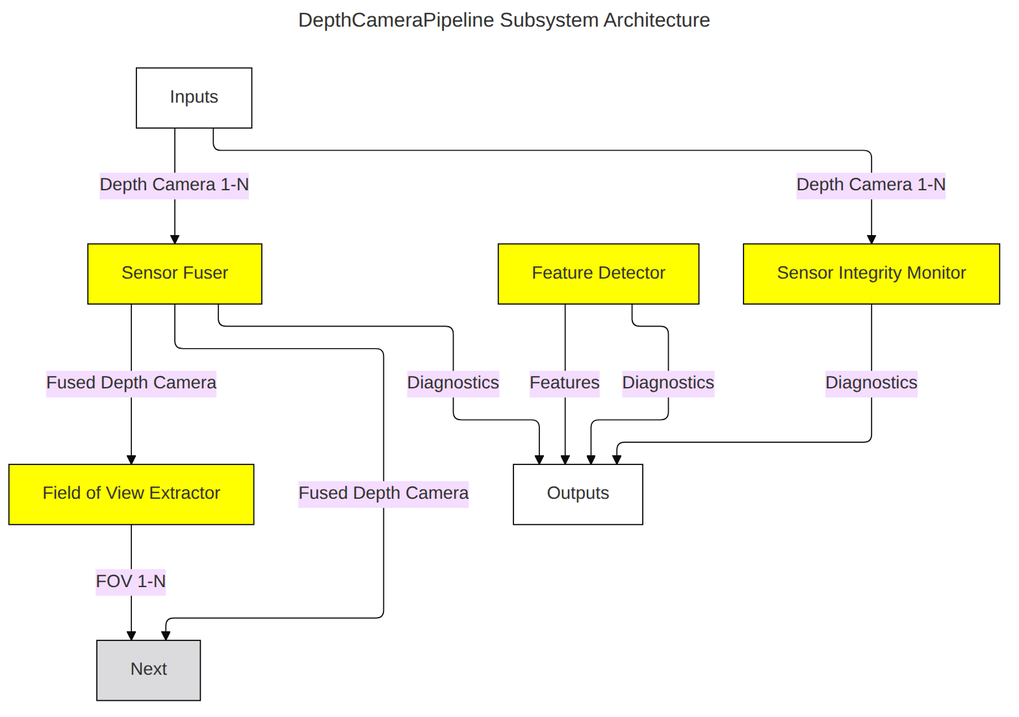
fastrobotics/robot_framework keeps this Mermaid diagram as Systems/Perception/Subsystems/DepthCameraPipeline/doc/mermaid/DepthCameraPipelineSubsystemArchitecture.png. Above is the earlier version. Its source is kept beside it as Systems/Perception/Subsystems/DepthCameraPipeline/doc/mermaid/DepthCameraPipelineSubsystemArchitecture.mmd.
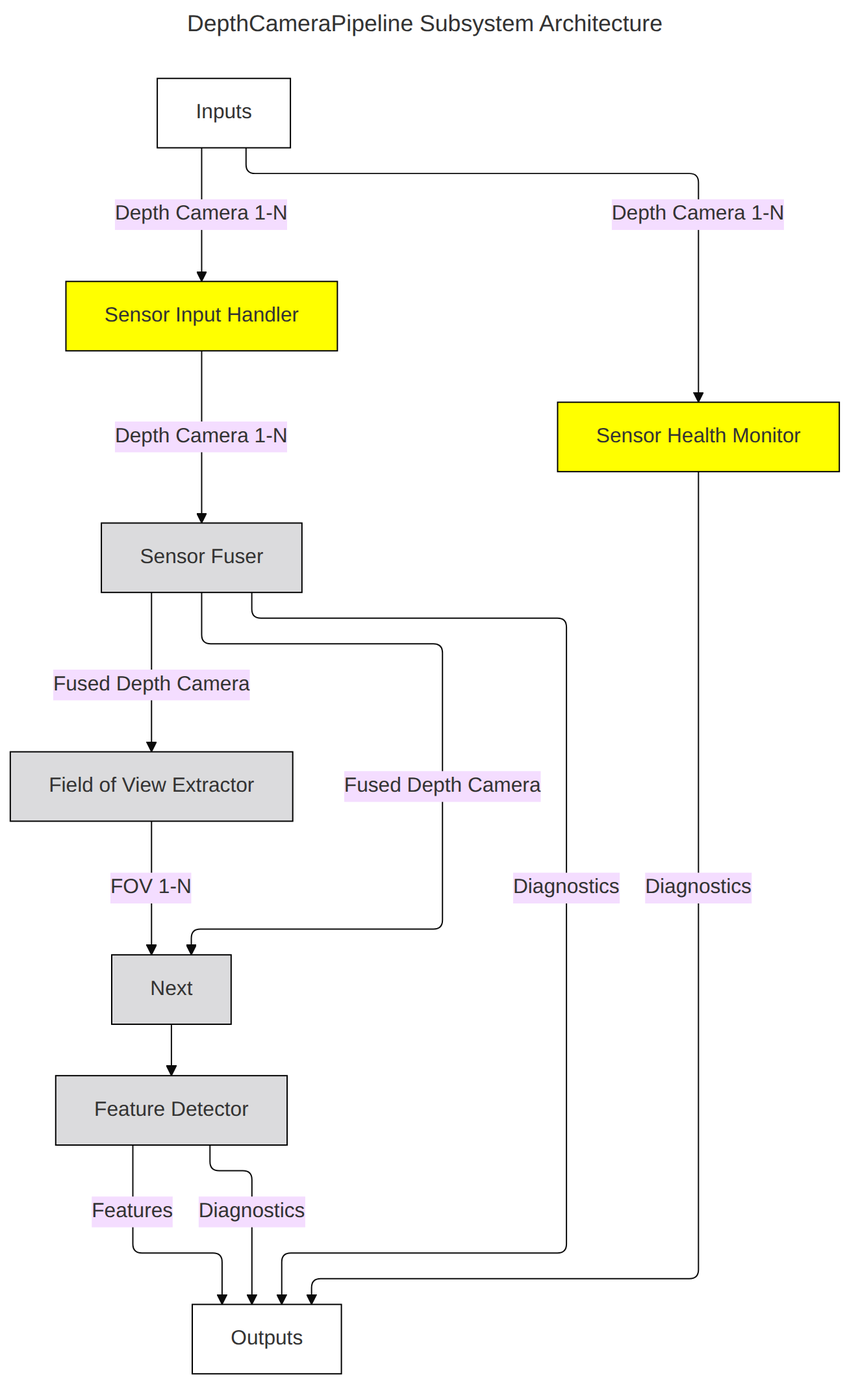
The same file after the commit.

Change to the diagram source:
```diff
@@ -32,24 +32,27 @@
 ---
 flowchart TD
     Inputs
-    SensorIntegrityMonitor[Sensor Integrity Monitor]
+    SensorInputHandler[Sensor Input Handler]
+    SensorHealthMonitor[Sensor Health Monitor]
     Outputs
     SensorFuser[Sensor Fuser]
     FOVExtractor[Field of View Extractor]
     Next
 
     FeatureDetector[Feature Detector]
-    Inputs --> | Depth Camera 1-N| SensorFuser
-    Inputs --> | Depth Camera 1-N| SensorIntegrityMonitor
+    Inputs --> | Depth Camera 1-N | SensorInputHandler
+    SensorInputHandler --> | Depth Camera 1-N| SensorFuser
+    Inputs --> | Depth Camera 1-N| SensorHealthMonitor
 
     SensorFuser --> | Fused Depth Camera | FOVExtractor
     FOVExtractor --> | FOV 1-N| Next
     SensorFuser --> | Fused Depth Camera | Next
 
     SensorFuser --> | Diagnostics | Outputs
-    SensorIntegrityMonitor --> | Diagnostics | Outputs
+    SensorHealthMonitor --> | Diagnostics | Outputs
+    Next --> FeatureDetector
     FeatureDetector --> | Features | Outputs
     FeatureDetector --> | Diagnostics | Outputs
 
     class Inputs,Outputs cssBoundary
-    class SensorIntegrityMonitor,SensorFuser,FOVExtractor,FeatureDetector cssInvestigating
+    class SensorInputHandler,SensorHealthMonitor cssInvestigating
```
